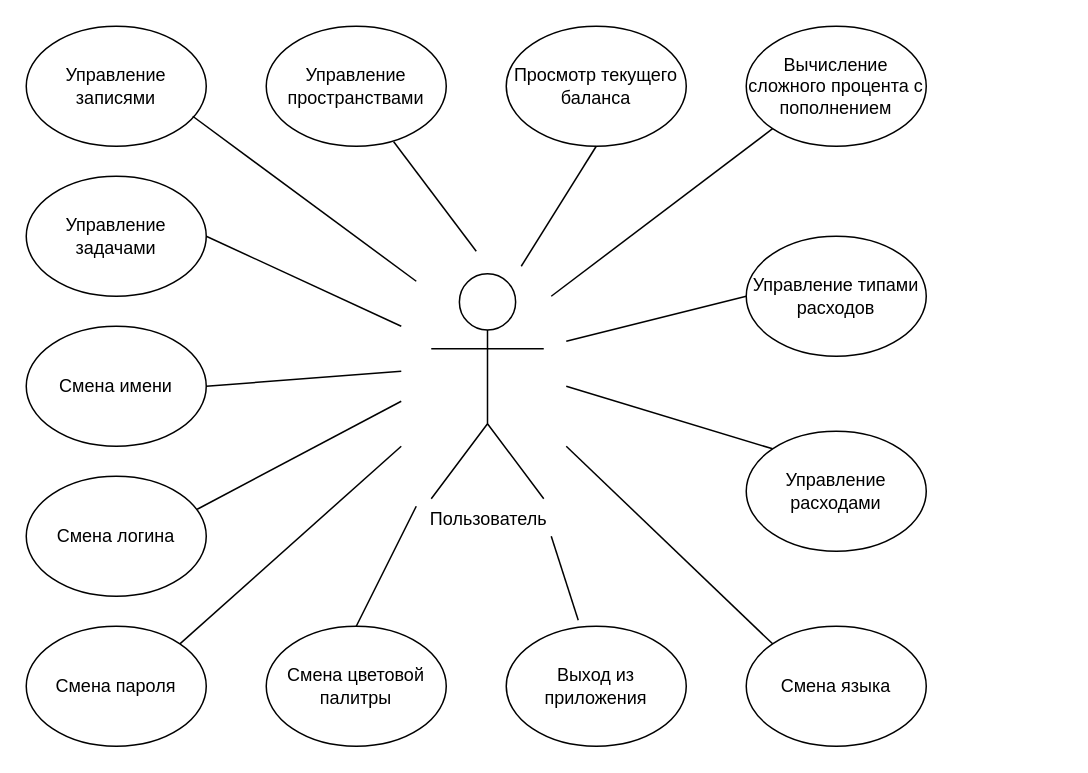
EgorSasim/diary-finances-tracker-app keeps this draw.io diagram as reports/Diagrams/useCase/useCaseUser.drawio. Above is the earlier version. Source tidied: cells renumbered, new cells numbered last; positions are measured from the earlier drawing's top-left corner, leaving out a move shared by most shapes. Both pictures are drawn from the tidied source at 150%, with x=0, y=0 at pixel (26, 26).
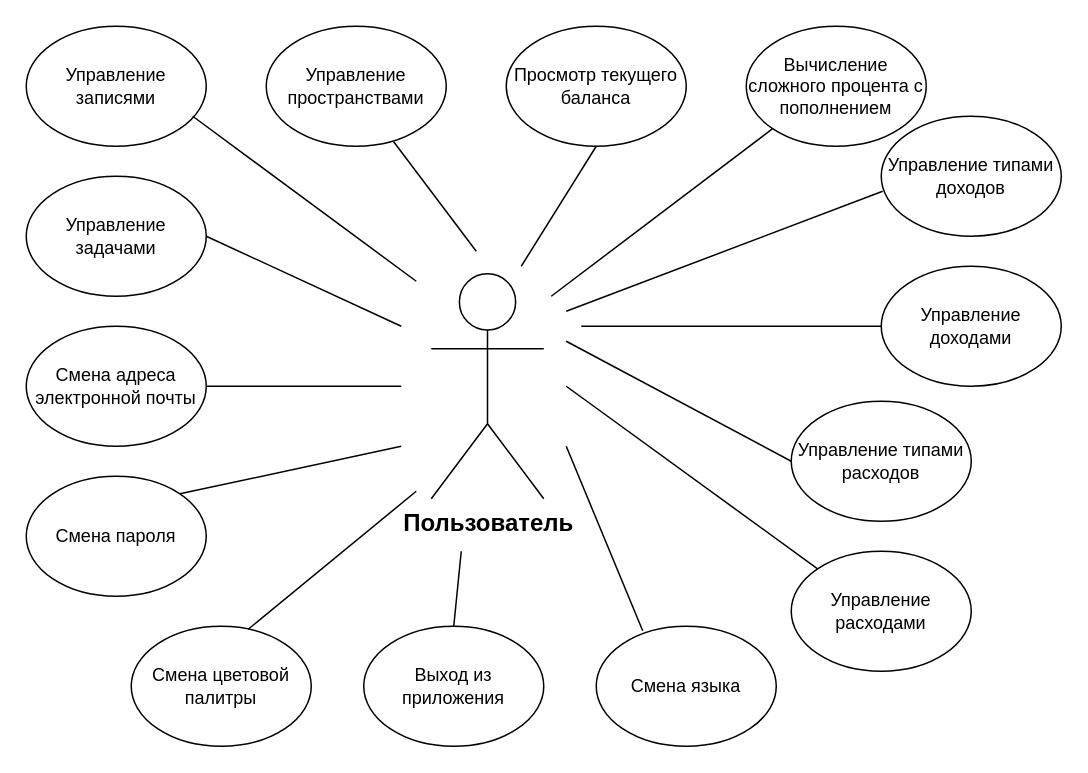
The same diagram, later.

Diff of the diagram source:
```diff
@@
-    <mxCell id="2" value="Пользователь" style="shape=umlActor;verticalLabelPosition=bottom;verticalAlign=top;html=1;" parent="1" vertex="1">
+    <mxCell id="2" value="&lt;font style=&quot;font-size: 16px;&quot;&gt;&lt;b&gt;Пользователь&lt;/b&gt;&lt;/font&gt;" style="shape=umlActor;verticalLabelPosition=bottom;verticalAlign=top;html=1;" parent="1" vertex="1">
       <mxGeometry x="270" y="165" width="75" height="150" as="geometry" />
     </mxCell>
     <mxCell id="3" value="Смена пароля" style="ellipse;whiteSpace=wrap;html=1;" parent="1" vertex="1">
-      <mxGeometry y="400" width="120" height="80" as="geometry" />
+      <mxGeometry y="300" width="120" height="80" as="geometry" />
     </mxCell>
-    <mxCell id="4" value="Смена логина" style="ellipse;whiteSpace=wrap;html=1;" parent="1" vertex="1">
-      <mxGeometry y="300" width="120" height="80" as="geometry" />
+    <mxCell id="4" value="Смена адреса электронной почты" style="ellipse;whiteSpace=wrap;html=1;" parent="1" vertex="1">
+      <mxGeometry y="200" width="120" height="80" as="geometry" />
     </mxCell>
     <mxCell id="5" value="Смена цветовой палитры" style="ellipse;whiteSpace=wrap;html=1;" parent="1" vertex="1">
-      <mxGeometry x="160" y="400" width="120" height="80" as="geometry" />
+      <mxGeometry x="70" y="400" width="120" height="80" as="geometry" />
     </mxCell>
     <mxCell id="6" value="Смена языка" style="ellipse;whiteSpace=wrap;html=1;" parent="1" vertex="1">
-      <mxGeometry x="480" y="400" width="120" height="80" as="geometry" />
+      <mxGeometry x="380" y="400" width="120" height="80" as="geometry" />
     </mxCell>
     <mxCell id="7" value="Выход из приложения" style="ellipse;whiteSpace=wrap;html=1;" parent="1" vertex="1">
-      <mxGeometry x="320" y="400" width="120" height="80" as="geometry" />
+      <mxGeometry x="225" y="400" width="120" height="80" as="geometry" />
     </mxCell>
@@
-    <mxCell id="11" value="Смена имени" style="ellipse;whiteSpace=wrap;html=1;" parent="1" vertex="1">
-      <mxGeometry y="200" width="120" height="80" as="geometry" />
-    </mxCell>
     <mxCell id="12" value="Управление расходами" style="ellipse;whiteSpace=wrap;html=1;" parent="1" vertex="1">
-      <mxGeometry x="480" y="270" width="120" height="80" as="geometry" />
+      <mxGeometry x="510" y="350" width="120" height="80" as="geometry" />
     </mxCell>
@@
     <mxCell id="15" value="Управление типами расходов" style="ellipse;whiteSpace=wrap;html=1;" parent="1" vertex="1">
-      <mxGeometry x="480" y="140" width="120" height="80" as="geometry" />
+      <mxGeometry x="510" y="250" width="120" height="80" as="geometry" />
     </mxCell>
@@
-    <mxCell id="19" style="endArrow=none;html=1;rounded=0;entryX=1;entryY=0.5;entryDx=0;entryDy=0;" parent="1" edge="1" target="11">
-      <mxGeometry relative="1" as="geometry">
-        <mxPoint x="250" y="230" as="sourcePoint" />
-      </mxGeometry>
-    </mxCell>
-    <mxCell id="20" style="endArrow=none;html=1;rounded=0;entryX=0.95;entryY=0.275;entryDx=0;entryDy=0;entryPerimeter=0;" parent="1" edge="1" target="4">
+    <mxCell id="20" style="endArrow=none;html=1;rounded=0;entryX=1;entryY=0.5;entryDx=0;entryDy=0;" parent="1" edge="1" target="4">
       <mxGeometry relative="1" as="geometry">
-        <mxPoint x="250" y="250" as="sourcePoint" />
+        <mxPoint x="250" y="240" as="sourcePoint" />
       </mxGeometry>
     </mxCell>
@@
-    <mxCell id="22" style="endArrow=none;html=1;rounded=0;exitX=0.5;exitY=0;exitDx=0;exitDy=0;" parent="1" edge="1" source="5">
+    <mxCell id="22" style="endArrow=none;html=1;rounded=0;exitX=0.65;exitY=0.025;exitDx=0;exitDy=0;exitPerimeter=0;" parent="1" edge="1" source="5">
       <mxGeometry relative="1" as="geometry">
-        <mxPoint x="260" y="320" as="targetPoint" />
+        <mxPoint x="260" y="310" as="targetPoint" />
       </mxGeometry>
     </mxCell>
-    <mxCell id="23" style="endArrow=none;html=1;rounded=0;entryX=0.4;entryY=-0.05;entryDx=0;entryDy=0;entryPerimeter=0;" parent="1" edge="1" target="7">
+    <mxCell id="23" style="endArrow=none;html=1;rounded=0;entryX=0.5;entryY=0;entryDx=0;entryDy=0;" parent="1" edge="1" target="7">
       <mxGeometry relative="1" as="geometry">
-        <mxPoint x="350" y="340" as="sourcePoint" />
+        <mxPoint x="290" y="350" as="sourcePoint" />
       </mxGeometry>
     </mxCell>
@@
-    <mxCell id="28" style="endArrow=none;html=1;rounded=0;entryX=0;entryY=0;entryDx=0;entryDy=0;" parent="1" edge="1" target="6">
+    <mxCell id="28" style="endArrow=none;html=1;rounded=0;entryX=0.258;entryY=0.038;entryDx=0;entryDy=0;entryPerimeter=0;" parent="1" edge="1" target="6">
       <mxGeometry relative="1" as="geometry">
         <mxPoint x="360" y="280" as="sourcePoint" />
       </mxGeometry>
     </mxCell>
+    <mxCell id="29" value="Управление доходами" style="ellipse;whiteSpace=wrap;html=1;" parent="1" vertex="1">
+      <mxGeometry x="570" y="160" width="120" height="80" as="geometry" />
+    </mxCell>
+    <mxCell id="30" value="Управление типами доходов" style="ellipse;whiteSpace=wrap;html=1;" parent="1" vertex="1">
+      <mxGeometry x="570" y="60" width="120" height="80" as="geometry" />
+    </mxCell>
+    <mxCell id="31" style="endArrow=none;html=1;rounded=0;entryX=0.008;entryY=0.625;entryDx=0;entryDy=0;entryPerimeter=0;" parent="1" edge="1" target="30">
+      <mxGeometry relative="1" as="geometry">
+        <mxPoint x="360" y="190" as="sourcePoint" />
+      </mxGeometry>
+    </mxCell>
+    <mxCell id="32" style="endArrow=none;html=1;rounded=0;entryX=0;entryY=0.5;entryDx=0;entryDy=0;" parent="1" edge="1" target="29">
+      <mxGeometry relative="1" as="geometry">
+        <mxPoint x="370" y="200" as="sourcePoint" />
+      </mxGeometry>
+    </mxCell>
```
